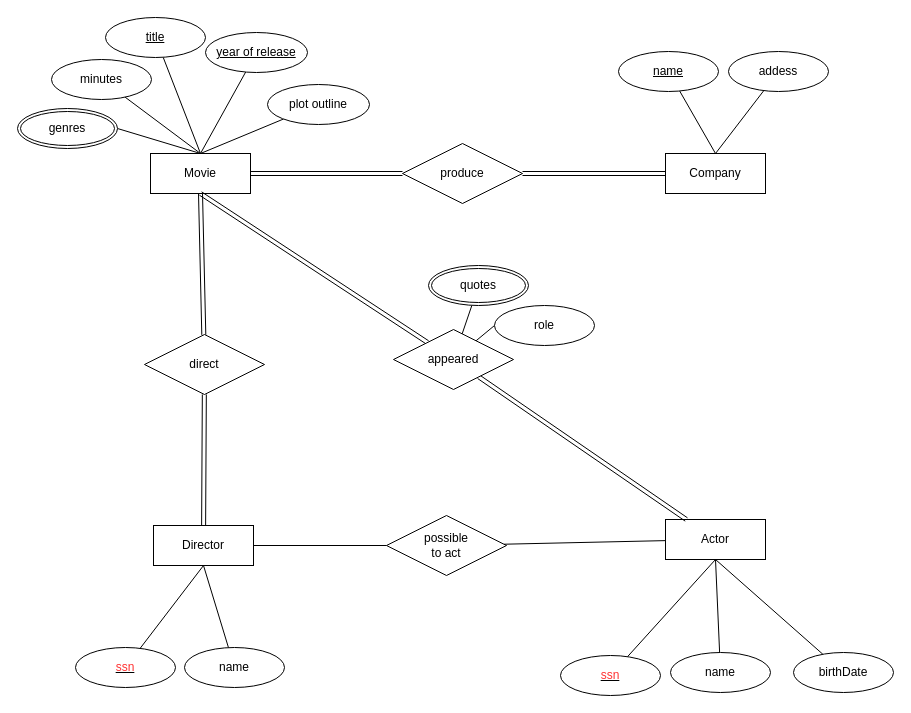
Above: DBStudio/DBStudio_Ass2_Movie.drawio in cobinding/draw.io_collection (draw.io), before the change. Source tidied: cells renumbered, new cells numbered last; positions are measured from the earlier drawing's top-left corner, leaving out a move shared by most shapes. Both pictures are drawn from the tidied source at 100%, with x=0, y=0 at pixel (17, 17).
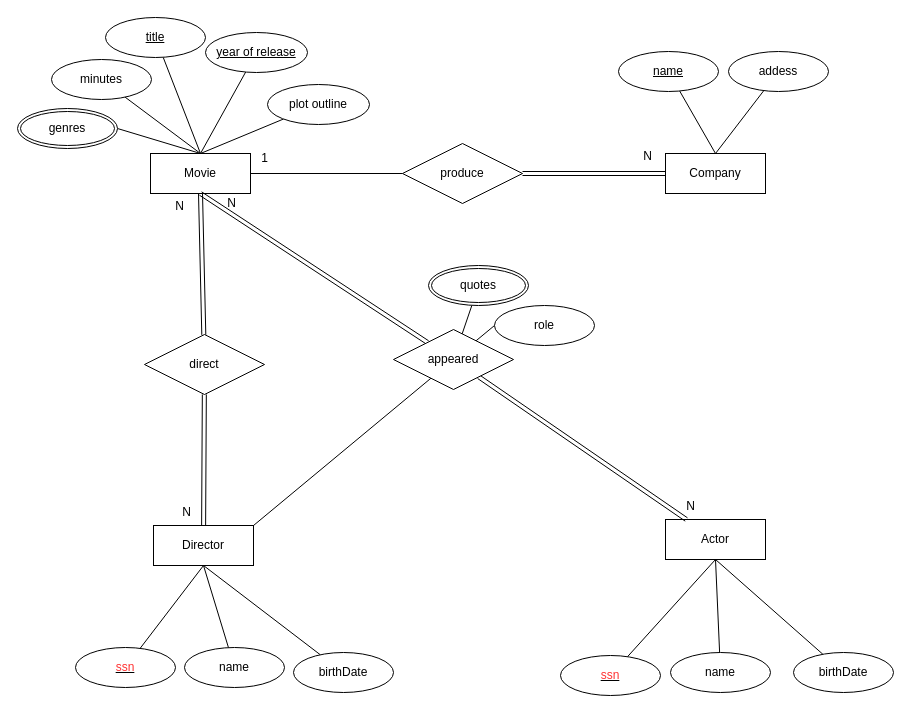
The same page after the edit.

Unchanged cells that the change refers to:
```xml
<mxCell id="2" value="Director" style="whiteSpace=wrap;html=1;align=center;" parent="1" vertex="1">
  <mxGeometry x="136" y="508" width="100" height="40" as="geometry" />
</mxCell>
<mxCell id="4" value="Movie" style="whiteSpace=wrap;html=1;align=center;" parent="1" vertex="1">
  <mxGeometry x="133" y="136" width="100" height="40" as="geometry" />
</mxCell>
<mxCell id="6" value="Actor" style="whiteSpace=wrap;html=1;align=center;" parent="1" vertex="1">
  <mxGeometry x="648" y="502" width="100" height="40" as="geometry" />
</mxCell>
<mxCell id="21" value="produce" style="shape=rhombus;perimeter=rhombusPerimeter;whiteSpace=wrap;html=1;align=center;" parent="1" vertex="1">
  <mxGeometry x="385" y="126" width="120" height="60" as="geometry" />
</mxCell>
<mxCell id="41" value="appeared" style="shape=rhombus;perimeter=rhombusPerimeter;whiteSpace=wrap;html=1;align=center;" parent="1" vertex="1">
  <mxGeometry x="376" y="312" width="120" height="60" as="geometry" />
</mxCell>
```

Diff of the diagram source:
```diff
@@
-    <mxCell id="3" style="edgeStyle=orthogonalEdgeStyle;rounded=0;jettySize=auto;html=1;entryX=0;entryY=0.5;entryDx=0;entryDy=0;endArrow=none;endFill=0;shape=link;" parent="1" edge="1" source="4" target="21">
+    <mxCell id="3" style="edgeStyle=orthogonalEdgeStyle;rounded=0;jettySize=auto;html=1;entryX=0;entryY=0.5;entryDx=0;entryDy=0;endArrow=none;endFill=0;" parent="1" edge="1" source="4" target="21">
       <mxGeometry relative="1" as="geometry" />
     </mxCell>
@@
-    <mxCell id="14" style="rounded=0;jettySize=auto;html=1;endArrow=none;endFill=0;" parent="1" edge="1" source="16" target="2">
+    <mxCell id="14" style="rounded=0;jettySize=auto;html=1;endArrow=none;endFill=0;entryX=1;entryY=0;entryDx=0;entryDy=0;" parent="1" edge="1" source="41" target="2">
       <mxGeometry relative="1" as="geometry" />
     </mxCell>
-    <mxCell id="15" style="rounded=0;jettySize=auto;html=1;endArrow=none;endFill=0;" parent="1" edge="1" source="16" target="6">
-      <mxGeometry relative="1" as="geometry" />
-    </mxCell>
-    <mxCell id="16" value="possible&lt;div&gt;to act&lt;/div&gt;" style="shape=rhombus;perimeter=rhombusPerimeter;whiteSpace=wrap;html=1;align=center;" parent="1" vertex="1">
-      <mxGeometry x="369" y="498" width="120" height="60" as="geometry" />
-    </mxCell>
@@
+    <mxCell id="46" value="N" style="text;html=1;align=center;verticalAlign=middle;strokeColor=none;fillColor=none;" parent="1" vertex="1">
+      <mxGeometry x="616" y="126" width="27" height="26" as="geometry" />
+    </mxCell>
+    <mxCell id="47" value="1" style="text;html=1;align=center;verticalAlign=middle;strokeColor=none;fillColor=none;" parent="1" vertex="1">
+      <mxGeometry x="234" y="128" width="25" height="26" as="geometry" />
+    </mxCell>
+    <mxCell id="48" value="N" style="text;html=1;align=center;verticalAlign=middle;strokeColor=none;fillColor=none;" parent="1" vertex="1">
+      <mxGeometry x="200" y="173" width="27" height="26" as="geometry" />
+    </mxCell>
+    <mxCell id="49" value="N" style="text;html=1;align=center;verticalAlign=middle;strokeColor=none;fillColor=none;" parent="1" vertex="1">
+      <mxGeometry x="659" y="476" width="27" height="26" as="geometry" />
+    </mxCell>
+    <mxCell id="50" value="N" style="text;html=1;align=center;verticalAlign=middle;strokeColor=none;fillColor=none;" parent="1" vertex="1">
+      <mxGeometry x="148" y="176" width="27" height="26" as="geometry" />
+    </mxCell>
+    <mxCell id="51" value="N" style="text;html=1;align=center;verticalAlign=middle;strokeColor=none;fillColor=none;" parent="1" vertex="1">
+      <mxGeometry x="155" y="482" width="27" height="26" as="geometry" />
+    </mxCell>
+    <mxCell id="52" style="rounded=0;jettySize=auto;html=1;entryX=0.5;entryY=1;entryDx=0;entryDy=0;endArrow=none;endFill=0;" parent="1" edge="1" source="53" target="2">
+      <mxGeometry relative="1" as="geometry" />
+    </mxCell>
+    <mxCell id="53" value="birthDate" style="ellipse;whiteSpace=wrap;html=1;align=center;" parent="1" vertex="1">
+      <mxGeometry x="276" y="635" width="100" height="40" as="geometry" />
+    </mxCell>
```
